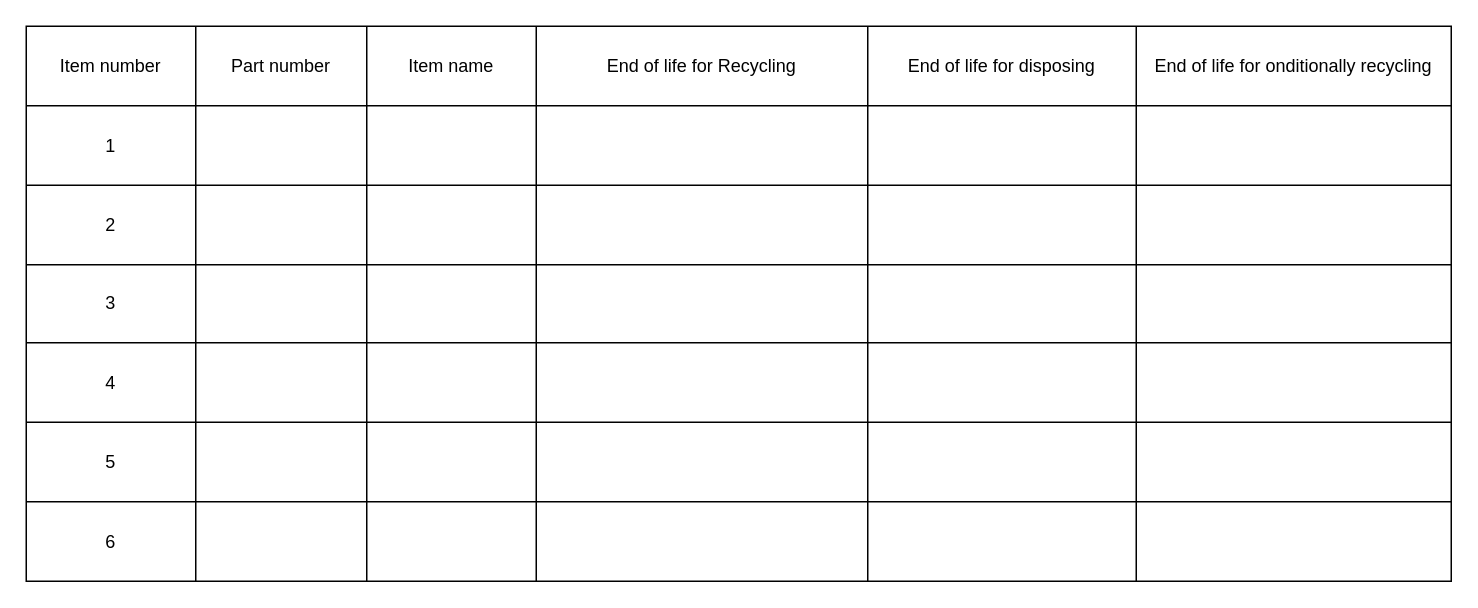
Above: Disassemble for recycling or disposing.drawio in amerezoji1362/drawio-github (draw.io), before the change. Source tidied: cells renumbered, new cells numbered last; positions are measured from the earlier drawing's top-left corner, leaving out a move shared by most shapes. Both pictures are drawn from the tidied source at 150%, with x=0, y=0 at pixel (26, 26).
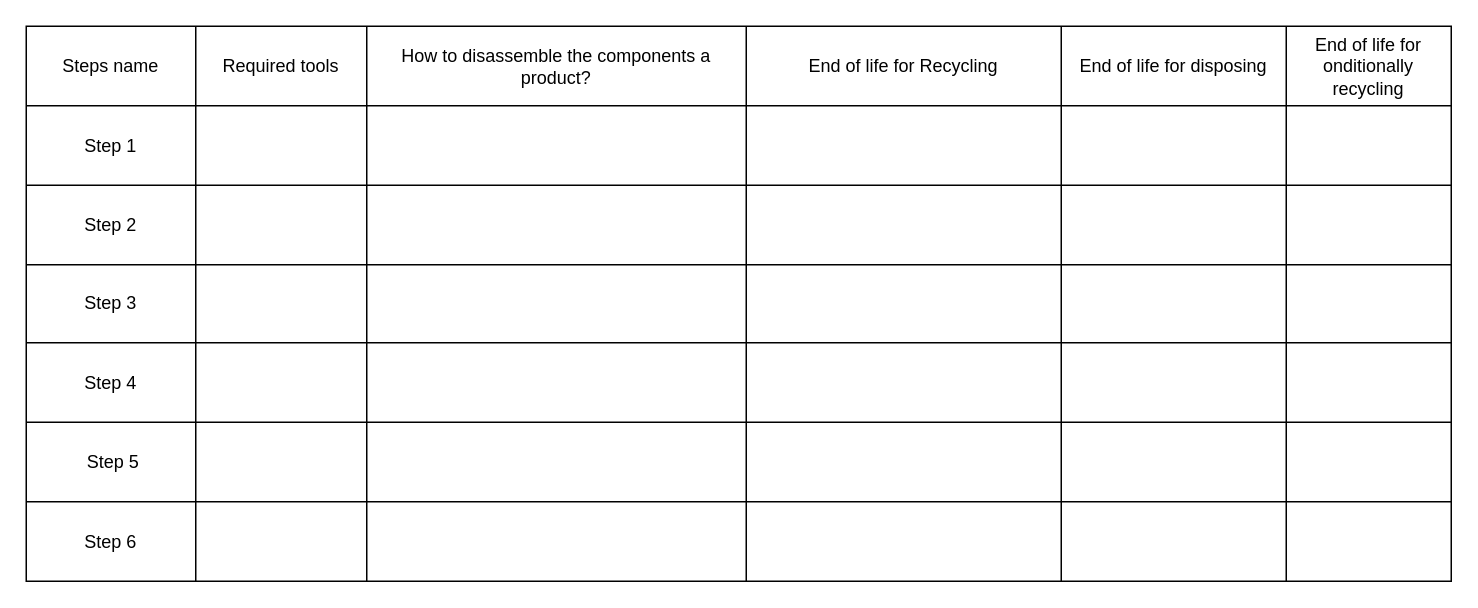
Above is the later version.

The change refers to these unchanged cells:
```xml
<mxCell id="3" style="shape=partialRectangle;fillColor=none;top=0;left=0;bottom=0;right=0;" parent="2" vertex="1">
  <mxGeometry width="950" height="53" as="geometry" />
</mxCell>
<mxCell id="10" style="shape=partialRectangle;fillColor=none;top=0;left=0;bottom=0;right=0;" parent="2" vertex="1">
  <mxGeometry y="53" width="950" height="53" as="geometry" />
</mxCell>
<mxCell id="17" style="shape=partialRectangle;fillColor=none;top=0;left=0;bottom=0;right=0;" parent="2" vertex="1">
  <mxGeometry y="106" width="950" height="53" as="geometry" />
</mxCell>
<mxCell id="24" style="shape=partialRectangle;fillColor=none;top=0;left=0;bottom=0;right=0;" parent="2" vertex="1">
  <mxGeometry y="159" width="950" height="52" as="geometry" />
</mxCell>
<mxCell id="31" style="shape=partialRectangle;fillColor=none;top=0;left=0;bottom=0;right=0;" parent="2" vertex="1">
  <mxGeometry y="211" width="950" height="53" as="geometry" />
</mxCell>
<mxCell id="38" style="shape=partialRectangle;fillColor=none;top=0;left=0;bottom=0;right=0;" parent="2" vertex="1">
  <mxGeometry y="264" width="950" height="53" as="geometry" />
</mxCell>
<mxCell id="45" style="shape=partialRectangle;fillColor=none;top=0;left=0;bottom=0;right=0;" parent="2" vertex="1">
  <mxGeometry y="317" width="950" height="53" as="geometry" />
</mxCell>
```

What changed in the source:
```diff
@@
-    <mxCell id="4" value="Item number" style="shape=partialRectangle;html=1;whiteSpace=wrap;overflow=hidden;fillColor=none;top=0;left=0;bottom=0;right=0;" parent="3" vertex="1">
+    <mxCell id="4" value="Steps name" style="shape=partialRectangle;html=1;whiteSpace=wrap;overflow=hidden;fillColor=none;top=0;left=0;bottom=0;right=0;" parent="3" vertex="1">
       <mxGeometry width="113" height="53" as="geometry" />
     </mxCell>
-    <mxCell id="5" value="Part number" style="shape=partialRectangle;html=1;whiteSpace=wrap;overflow=hidden;fillColor=none;top=0;left=0;bottom=0;right=0;" parent="3" vertex="1">
+    <mxCell id="5" value="Required tools" style="shape=partialRectangle;html=1;whiteSpace=wrap;overflow=hidden;fillColor=none;top=0;left=0;bottom=0;right=0;" parent="3" vertex="1">
       <mxGeometry x="113" width="114" height="53" as="geometry" />
     </mxCell>
-    <mxCell id="6" value="Item name" style="shape=partialRectangle;html=1;whiteSpace=wrap;overflow=hidden;fillColor=none;top=0;left=0;bottom=0;right=0;" parent="3" vertex="1">
-      <mxGeometry x="227" width="113" height="53" as="geometry" />
+    <mxCell id="6" value="How to disassemble the components a product?" style="shape=partialRectangle;html=1;whiteSpace=wrap;overflow=hidden;fillColor=none;top=0;left=0;bottom=0;right=0;" parent="3" vertex="1">
+      <mxGeometry x="227" width="253" height="53" as="geometry" />
     </mxCell>
     <mxCell id="7" value="End of life for Recycling" style="shape=partialRectangle;html=1;whiteSpace=wrap;overflow=hidden;fillColor=none;top=0;left=0;bottom=0;right=0;" parent="3" vertex="1">
-      <mxGeometry x="340" width="221" height="53" as="geometry" />
+      <mxGeometry x="480" width="210" height="53" as="geometry" />
     </mxCell>
     <mxCell id="8" value="End of life for disposing " style="shape=partialRectangle;html=1;whiteSpace=wrap;overflow=hidden;fillColor=none;top=0;left=0;bottom=0;right=0;" parent="3" vertex="1">
-      <mxGeometry x="561" width="179" height="53" as="geometry" />
+      <mxGeometry x="690" width="150" height="53" as="geometry" />
     </mxCell>
     <mxCell id="9" value="End of life for onditionally recycling" style="shape=partialRectangle;html=1;whiteSpace=wrap;overflow=hidden;fillColor=none;top=0;left=0;bottom=0;right=0;" parent="3" vertex="1">
-      <mxGeometry x="740" width="210" height="53" as="geometry" />
+      <mxGeometry x="840" width="110" height="53" as="geometry" />
     </mxCell>
@@
-    <mxCell id="11" value="1" style="shape=partialRectangle;html=1;whiteSpace=wrap;overflow=hidden;fillColor=none;top=0;left=0;bottom=0;right=0;" parent="10" vertex="1">
+    <mxCell id="11" value="Step 1" style="shape=partialRectangle;html=1;whiteSpace=wrap;overflow=hidden;fillColor=none;top=0;left=0;bottom=0;right=0;" parent="10" vertex="1">
       <mxGeometry width="113" height="53" as="geometry" />
     </mxCell>
@@
     <mxCell id="13" style="shape=partialRectangle;html=1;whiteSpace=wrap;overflow=hidden;fillColor=none;top=0;left=0;bottom=0;right=0;" parent="10" vertex="1">
-      <mxGeometry x="227" width="113" height="53" as="geometry" />
+      <mxGeometry x="227" width="253" height="53" as="geometry" />
     </mxCell>
     <mxCell id="14" style="shape=partialRectangle;html=1;whiteSpace=wrap;overflow=hidden;fillColor=none;top=0;left=0;bottom=0;right=0;" parent="10" vertex="1">
-      <mxGeometry x="340" width="221" height="53" as="geometry" />
+      <mxGeometry x="480" width="210" height="53" as="geometry" />
     </mxCell>
     <mxCell id="15" style="shape=partialRectangle;html=1;whiteSpace=wrap;overflow=hidden;fillColor=none;top=0;left=0;bottom=0;right=0;" parent="10" vertex="1">
-      <mxGeometry x="561" width="179" height="53" as="geometry" />
+      <mxGeometry x="690" width="150" height="53" as="geometry" />
     </mxCell>
     <mxCell id="16" style="shape=partialRectangle;html=1;whiteSpace=wrap;overflow=hidden;fillColor=none;top=0;left=0;bottom=0;right=0;" parent="10" vertex="1">
-      <mxGeometry x="740" width="210" height="53" as="geometry" />
+      <mxGeometry x="840" width="110" height="53" as="geometry" />
     </mxCell>
@@
-    <mxCell id="18" value="2" style="shape=partialRectangle;html=1;whiteSpace=wrap;overflow=hidden;fillColor=none;top=0;left=0;bottom=0;right=0;" parent="17" vertex="1">
+    <mxCell id="18" value="Step 2" style="shape=partialRectangle;html=1;whiteSpace=wrap;overflow=hidden;fillColor=none;top=0;left=0;bottom=0;right=0;" parent="17" vertex="1">
       <mxGeometry width="113" height="53" as="geometry" />
     </mxCell>
@@
     <mxCell id="20" style="shape=partialRectangle;html=1;whiteSpace=wrap;overflow=hidden;fillColor=none;top=0;left=0;bottom=0;right=0;" parent="17" vertex="1">
-      <mxGeometry x="227" width="113" height="53" as="geometry" />
+      <mxGeometry x="227" width="253" height="53" as="geometry" />
     </mxCell>
     <mxCell id="21" style="shape=partialRectangle;html=1;whiteSpace=wrap;overflow=hidden;fillColor=none;top=0;left=0;bottom=0;right=0;" parent="17" vertex="1">
-      <mxGeometry x="340" width="221" height="53" as="geometry" />
+      <mxGeometry x="480" width="210" height="53" as="geometry" />
     </mxCell>
     <mxCell id="22" style="shape=partialRectangle;html=1;whiteSpace=wrap;overflow=hidden;fillColor=none;top=0;left=0;bottom=0;right=0;" parent="17" vertex="1">
-      <mxGeometry x="561" width="179" height="53" as="geometry" />
+      <mxGeometry x="690" width="150" height="53" as="geometry" />
     </mxCell>
     <mxCell id="23" style="shape=partialRectangle;html=1;whiteSpace=wrap;overflow=hidden;fillColor=none;top=0;left=0;bottom=0;right=0;" parent="17" vertex="1">
-      <mxGeometry x="740" width="210" height="53" as="geometry" />
+      <mxGeometry x="840" width="110" height="53" as="geometry" />
     </mxCell>
@@
-    <mxCell id="25" value="3" style="shape=partialRectangle;html=1;whiteSpace=wrap;overflow=hidden;fillColor=none;top=0;left=0;bottom=0;right=0;" parent="24" vertex="1">
+    <mxCell id="25" value="Step 3" style="shape=partialRectangle;html=1;whiteSpace=wrap;overflow=hidden;fillColor=none;top=0;left=0;bottom=0;right=0;" parent="24" vertex="1">
       <mxGeometry width="113" height="52" as="geometry" />
     </mxCell>
@@
     <mxCell id="27" style="shape=partialRectangle;html=1;whiteSpace=wrap;overflow=hidden;fillColor=none;top=0;left=0;bottom=0;right=0;" parent="24" vertex="1">
-      <mxGeometry x="227" width="113" height="52" as="geometry" />
+      <mxGeometry x="227" width="253" height="52" as="geometry" />
     </mxCell>
     <mxCell id="28" style="shape=partialRectangle;html=1;whiteSpace=wrap;overflow=hidden;fillColor=none;top=0;left=0;bottom=0;right=0;" parent="24" vertex="1">
-      <mxGeometry x="340" width="221" height="52" as="geometry" />
+      <mxGeometry x="480" width="210" height="52" as="geometry" />
     </mxCell>
     <mxCell id="29" style="shape=partialRectangle;html=1;whiteSpace=wrap;overflow=hidden;fillColor=none;top=0;left=0;bottom=0;right=0;" parent="24" vertex="1">
-      <mxGeometry x="561" width="179" height="52" as="geometry" />
+      <mxGeometry x="690" width="150" height="52" as="geometry" />
     </mxCell>
     <mxCell id="30" style="shape=partialRectangle;html=1;whiteSpace=wrap;overflow=hidden;fillColor=none;top=0;left=0;bottom=0;right=0;" parent="24" vertex="1">
-      <mxGeometry x="740" width="210" height="52" as="geometry" />
+      <mxGeometry x="840" width="110" height="52" as="geometry" />
     </mxCell>
@@
-    <mxCell id="32" value="4" style="shape=partialRectangle;html=1;whiteSpace=wrap;overflow=hidden;fillColor=none;top=0;left=0;bottom=0;right=0;" parent="31" vertex="1">
+    <mxCell id="32" value="Step 4" style="shape=partialRectangle;html=1;whiteSpace=wrap;overflow=hidden;fillColor=none;top=0;left=0;bottom=0;right=0;" parent="31" vertex="1">
       <mxGeometry width="113" height="53" as="geometry" />
     </mxCell>
@@
     <mxCell id="34" style="shape=partialRectangle;html=1;whiteSpace=wrap;overflow=hidden;fillColor=none;top=0;left=0;bottom=0;right=0;" parent="31" vertex="1">
-      <mxGeometry x="227" width="113" height="53" as="geometry" />
+      <mxGeometry x="227" width="253" height="53" as="geometry" />
     </mxCell>
     <mxCell id="35" style="shape=partialRectangle;html=1;whiteSpace=wrap;overflow=hidden;fillColor=none;top=0;left=0;bottom=0;right=0;" parent="31" vertex="1">
-      <mxGeometry x="340" width="221" height="53" as="geometry" />
+      <mxGeometry x="480" width="210" height="53" as="geometry" />
     </mxCell>
     <mxCell id="36" style="shape=partialRectangle;html=1;whiteSpace=wrap;overflow=hidden;fillColor=none;top=0;left=0;bottom=0;right=0;" parent="31" vertex="1">
-      <mxGeometry x="561" width="179" height="53" as="geometry" />
+      <mxGeometry x="690" width="150" height="53" as="geometry" />
     </mxCell>
     <mxCell id="37" style="shape=partialRectangle;html=1;whiteSpace=wrap;overflow=hidden;fillColor=none;top=0;left=0;bottom=0;right=0;" parent="31" vertex="1">
-      <mxGeometry x="740" width="210" height="53" as="geometry" />
+      <mxGeometry x="840" width="110" height="53" as="geometry" />
     </mxCell>
@@
-    <mxCell id="39" value="5" style="shape=partialRectangle;html=1;whiteSpace=wrap;overflow=hidden;fillColor=none;top=0;left=0;bottom=0;right=0;" parent="38" vertex="1">
+    <mxCell id="39" value="&amp;nbsp;Step 5" style="shape=partialRectangle;html=1;whiteSpace=wrap;overflow=hidden;fillColor=none;top=0;left=0;bottom=0;right=0;" parent="38" vertex="1">
       <mxGeometry width="113" height="53" as="geometry" />
     </mxCell>
@@
     <mxCell id="41" style="shape=partialRectangle;html=1;whiteSpace=wrap;overflow=hidden;fillColor=none;top=0;left=0;bottom=0;right=0;" parent="38" vertex="1">
-      <mxGeometry x="227" width="113" height="53" as="geometry" />
+      <mxGeometry x="227" width="253" height="53" as="geometry" />
     </mxCell>
     <mxCell id="42" style="shape=partialRectangle;html=1;whiteSpace=wrap;overflow=hidden;fillColor=none;top=0;left=0;bottom=0;right=0;" parent="38" vertex="1">
-      <mxGeometry x="340" width="221" height="53" as="geometry" />
+      <mxGeometry x="480" width="210" height="53" as="geometry" />
     </mxCell>
     <mxCell id="43" style="shape=partialRectangle;html=1;whiteSpace=wrap;overflow=hidden;fillColor=none;top=0;left=0;bottom=0;right=0;" parent="38" vertex="1">
-      <mxGeometry x="561" width="179" height="53" as="geometry" />
+      <mxGeometry x="690" width="150" height="53" as="geometry" />
     </mxCell>
     <mxCell id="44" style="shape=partialRectangle;html=1;whiteSpace=wrap;overflow=hidden;fillColor=none;top=0;left=0;bottom=0;right=0;" parent="38" vertex="1">
-      <mxGeometry x="740" width="210" height="53" as="geometry" />
+      <mxGeometry x="840" width="110" height="53" as="geometry" />
     </mxCell>
@@
-    <mxCell id="46" value="6" style="shape=partialRectangle;html=1;whiteSpace=wrap;overflow=hidden;fillColor=none;top=0;left=0;bottom=0;right=0;" parent="45" vertex="1">
+    <mxCell id="46" value="Step 6" style="shape=partialRectangle;html=1;whiteSpace=wrap;overflow=hidden;fillColor=none;top=0;left=0;bottom=0;right=0;" parent="45" vertex="1">
       <mxGeometry width="113" height="53" as="geometry" />
     </mxCell>
@@
     <mxCell id="48" style="shape=partialRectangle;html=1;whiteSpace=wrap;overflow=hidden;fillColor=none;top=0;left=0;bottom=0;right=0;" parent="45" vertex="1">
-      <mxGeometry x="227" width="113" height="53" as="geometry" />
+      <mxGeometry x="227" width="253" height="53" as="geometry" />
     </mxCell>
     <mxCell id="49" style="shape=partialRectangle;html=1;whiteSpace=wrap;overflow=hidden;fillColor=none;top=0;left=0;bottom=0;right=0;" parent="45" vertex="1">
-      <mxGeometry x="340" width="221" height="53" as="geometry" />
+      <mxGeometry x="480" width="210" height="53" as="geometry" />
     </mxCell>
     <mxCell id="50" style="shape=partialRectangle;html=1;whiteSpace=wrap;overflow=hidden;fillColor=none;top=0;left=0;bottom=0;right=0;" parent="45" vertex="1">
-      <mxGeometry x="561" width="179" height="53" as="geometry" />
+      <mxGeometry x="690" width="150" height="53" as="geometry" />
     </mxCell>
     <mxCell id="51" style="shape=partialRectangle;html=1;whiteSpace=wrap;overflow=hidden;fillColor=none;top=0;left=0;bottom=0;right=0;" parent="45" vertex="1">
-      <mxGeometry x="740" width="210" height="53" as="geometry" />
+      <mxGeometry x="840" width="110" height="53" as="geometry" />
     </mxCell>
```
